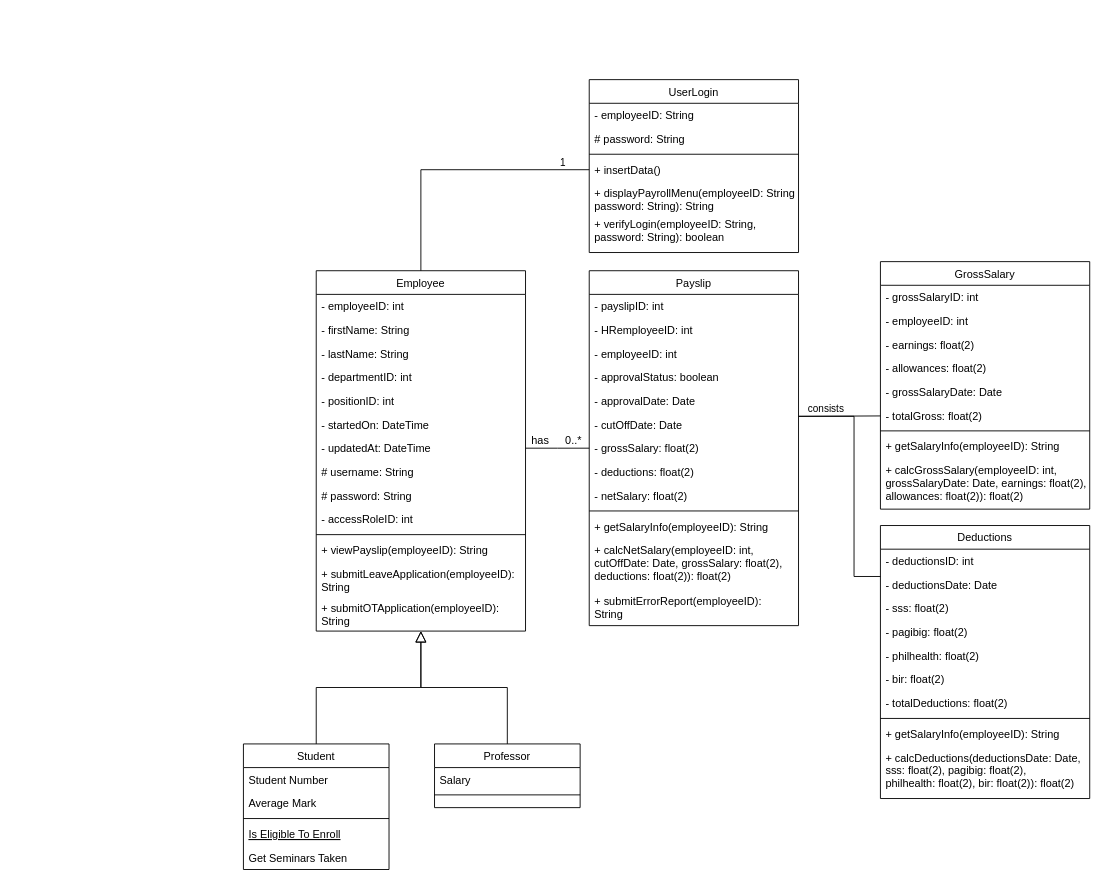
This is S2101 Team 3 OOP MotorPH Class Diagram.drawio from MichaelAngelLu/Computer-Programming, a draw.io file, before an edit. Source tidied: cells renumbered, new cells numbered last; positions are measured from the earlier drawing's top-left corner, leaving out a move shared by most shapes. Both pictures are drawn from the tidied source at 91%, with x=0, y=0 at pixel (243, 79).
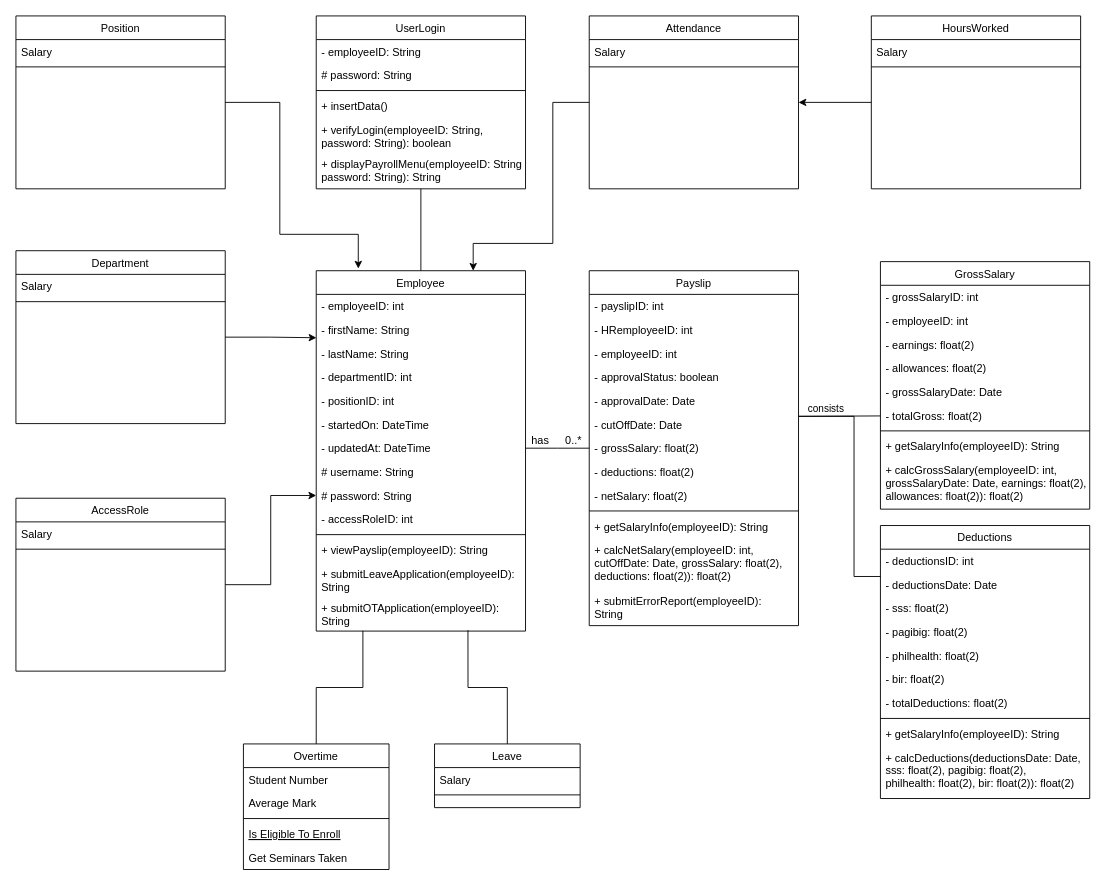
Above is the later version.

Unchanged cells that the change refers to:
```xml
<mxCell id="2" value="Employee" style="swimlane;fontStyle=0;align=center;verticalAlign=top;horizontal=1;startSize=26;rounded=0;shadow=0;strokeWidth=1;" parent="1" vertex="1">
  <mxGeometry x="80" y="210" width="230" height="396" as="geometry" />
</mxCell>
<mxCell id="5" value="- lastName: String" style="text;align=left;verticalAlign=top;spacingLeft=4;spacingRight=4;overflow=hidden;points=[[0,0.5],[1,0.5]];portConstraint=eastwest;rounded=0;shadow=0;html=0;" parent="2" vertex="1">
  <mxGeometry y="78" width="230" height="26" as="geometry" />
</mxCell>
<mxCell id="11" value="# password: String" style="text;align=left;verticalAlign=top;spacingLeft=4;spacingRight=4;overflow=hidden;points=[[0,0.5],[1,0.5]];portConstraint=eastwest;rounded=0;shadow=0;html=0;" parent="2" vertex="1">
  <mxGeometry y="234" width="230" height="26" as="geometry" />
</mxCell>
<mxCell id="16" value="+ submitOTApplication(employeeID): &#10;String" style="text;align=left;verticalAlign=top;spacingLeft=4;spacingRight=4;overflow=hidden;points=[[0,0.5],[1,0.5]];portConstraint=eastwest;" parent="2" vertex="1">
  <mxGeometry y="358" width="230" height="38" as="geometry" />
</mxCell>
<mxCell id="74" value="+ insertData()" style="text;align=left;verticalAlign=top;spacingLeft=4;spacingRight=4;overflow=hidden;points=[[0,0.5],[1,0.5]];portConstraint=eastwest;" parent="70" vertex="1">
  <mxGeometry y="86" width="230" height="26" as="geometry" />
</mxCell>
```

The edit, as a diff of the source:
```diff
@@
-    <mxCell id="17" value="Student" style="swimlane;fontStyle=0;align=center;verticalAlign=top;horizontal=1;startSize=26;rounded=0;shadow=0;strokeWidth=1;" parent="1" vertex="1">
+    <mxCell id="17" value="Overtime" style="swimlane;fontStyle=0;align=center;verticalAlign=top;horizontal=1;startSize=26;rounded=0;shadow=0;strokeWidth=1;" parent="1" vertex="1">
       <mxGeometry y="730" width="160" height="138" as="geometry" />
     </mxCell>
@@
-    <mxCell id="23" style="endArrow=block;endSize=10;endFill=0;shadow=0;strokeWidth=1;rounded=0;edgeStyle=elbowEdgeStyle;elbow=vertical;" parent="1" edge="1" source="17" target="2">
-      <mxGeometry relative="1" as="geometry" />
-    </mxCell>
-    <mxCell id="24" value="Professor" style="swimlane;fontStyle=0;align=center;verticalAlign=top;horizontal=1;startSize=26;rounded=0;shadow=0;strokeWidth=1;" parent="1" vertex="1">
+    <mxCell id="24" value="Leave" style="swimlane;fontStyle=0;align=center;verticalAlign=top;horizontal=1;startSize=26;rounded=0;shadow=0;strokeWidth=1;" parent="1" vertex="1">
       <mxGeometry x="210" y="730" width="160" height="70" as="geometry" />
     </mxCell>
@@
-    <mxCell id="27" style="endArrow=block;endSize=10;endFill=0;shadow=0;strokeWidth=1;rounded=0;edgeStyle=elbowEdgeStyle;elbow=vertical;" parent="1" edge="1" source="24" target="2">
-      <mxGeometry relative="1" as="geometry" />
-    </mxCell>
@@
+    <mxCell id="79" style="edgeStyle=orthogonalEdgeStyle;rounded=0;jettySize=auto;html=1;exitX=0.5;exitY=1;exitDx=0;exitDy=0;entryX=0.5;entryY=0;entryDx=0;entryDy=0;endArrow=none;endFill=0;" parent="1" edge="1" source="70" target="2">
+      <mxGeometry relative="1" as="geometry" />
+    </mxCell>
     <mxCell id="70" value="UserLogin" style="swimlane;fontStyle=0;align=center;verticalAlign=top;horizontal=1;startSize=26;rounded=0;shadow=0;strokeWidth=1;" parent="1" vertex="1">
-      <mxGeometry x="380" width="230" height="190" as="geometry" />
+      <mxGeometry x="80" y="-70" width="230" height="190" as="geometry" />
     </mxCell>
@@
+    <mxCell id="76" value="+ verifyLogin(employeeID: String, &#10;password: String): boolean" style="text;align=left;verticalAlign=top;spacingLeft=4;spacingRight=4;overflow=hidden;" parent="70" vertex="1">
+      <mxGeometry y="112" width="230" height="38" as="geometry" />
+    </mxCell>
     <mxCell id="75" value="+ displayPayrollMenu(employeeID: String,&#10;password: String): String" style="text;align=left;verticalAlign=top;spacingLeft=4;spacingRight=4;overflow=hidden;" parent="70" vertex="1">
-      <mxGeometry y="112" width="230" height="34" as="geometry" />
+      <mxGeometry y="150" width="230" height="34" as="geometry" />
     </mxCell>
-    <mxCell id="76" value="+ verifyLogin(employeeID: String, &#10;password: String): boolean" style="text;align=left;verticalAlign=top;spacingLeft=4;spacingRight=4;overflow=hidden;" parent="70" vertex="1">
-      <mxGeometry y="146" width="230" height="44" as="geometry" />
-    </mxCell>
-    <mxCell id="77" style="edgeStyle=orthogonalEdgeStyle;rounded=0;jettySize=auto;html=1;exitX=0;exitY=0.5;exitDx=0;exitDy=0;endArrow=none;endFill=0;" parent="1" edge="1" source="74" target="2">
-      <mxGeometry relative="1" as="geometry" />
-    </mxCell>
-    <mxCell id="78" value="1" style="edgeLabel;html=1;align=center;verticalAlign=middle;" parent="77" vertex="1">
-      <mxGeometry x="-0.8" y="1" relative="1" as="geometry">
-        <mxPoint y="-10" as="offset" />
-      </mxGeometry>
-    </mxCell>
+    <mxCell id="80" style="edgeStyle=orthogonalEdgeStyle;rounded=0;jettySize=auto;html=1;exitX=0;exitY=0.5;exitDx=0;exitDy=0;entryX=0.75;entryY=0;entryDx=0;entryDy=0;" parent="1" edge="1" source="81" target="2">
+      <mxGeometry relative="1" as="geometry">
+        <Array as="points">
+          <mxPoint x="340" y="25" />
+          <mxPoint x="340" y="180" />
+          <mxPoint x="253" y="180" />
+        </Array>
+      </mxGeometry>
+    </mxCell>
+    <mxCell id="81" value="Attendance" style="swimlane;fontStyle=0;align=center;verticalAlign=top;horizontal=1;startSize=26;rounded=0;shadow=0;strokeWidth=1;" parent="1" vertex="1">
+      <mxGeometry x="380" y="-70" width="230" height="190" as="geometry" />
+    </mxCell>
+    <mxCell id="82" value="Salary" style="text;align=left;verticalAlign=top;spacingLeft=4;spacingRight=4;overflow=hidden;" parent="81" vertex="1">
+      <mxGeometry y="26" width="230" height="26" as="geometry" />
+    </mxCell>
+    <mxCell id="83" style="line;html=1;strokeWidth=1;align=left;verticalAlign=middle;spacingTop=-1;spacingLeft=3;spacingRight=3;labelPosition=right;" parent="81" vertex="1">
+      <mxGeometry y="52" width="230" height="8" as="geometry" />
+    </mxCell>
+    <mxCell id="84" style="edgeStyle=orthogonalEdgeStyle;rounded=0;jettySize=auto;html=1;exitX=0;exitY=0.5;exitDx=0;exitDy=0;entryX=1;entryY=0.5;entryDx=0;entryDy=0;" parent="1" edge="1" source="85" target="81">
+      <mxGeometry relative="1" as="geometry" />
+    </mxCell>
+    <mxCell id="85" value="HoursWorked" style="swimlane;fontStyle=0;align=center;verticalAlign=top;horizontal=1;startSize=26;rounded=0;shadow=0;strokeWidth=1;" parent="1" vertex="1">
+      <mxGeometry x="690" y="-70" width="230" height="190" as="geometry" />
+    </mxCell>
+    <mxCell id="86" value="Salary" style="text;align=left;verticalAlign=top;spacingLeft=4;spacingRight=4;overflow=hidden;" parent="85" vertex="1">
+      <mxGeometry y="26" width="230" height="26" as="geometry" />
+    </mxCell>
+    <mxCell id="87" style="line;html=1;strokeWidth=1;align=left;verticalAlign=middle;spacingTop=-1;spacingLeft=3;spacingRight=3;labelPosition=right;" parent="85" vertex="1">
+      <mxGeometry y="52" width="230" height="8" as="geometry" />
+    </mxCell>
+    <mxCell id="88" style="edgeStyle=orthogonalEdgeStyle;rounded=0;jettySize=auto;html=1;exitX=0.5;exitY=0;exitDx=0;exitDy=0;entryX=0.223;entryY=0.992;entryDx=0;entryDy=0;entryPerimeter=0;endArrow=none;endFill=0;" parent="1" edge="1" source="17" target="16">
+      <mxGeometry relative="1" as="geometry" />
+    </mxCell>
+    <mxCell id="89" style="edgeStyle=orthogonalEdgeStyle;rounded=0;jettySize=auto;html=1;exitX=0.5;exitY=0;exitDx=0;exitDy=0;entryX=0.725;entryY=0.975;entryDx=0;entryDy=0;entryPerimeter=0;endArrow=none;endFill=0;" parent="1" edge="1" source="24" target="16">
+      <mxGeometry relative="1" as="geometry" />
+    </mxCell>
+    <mxCell id="90" value="Position" style="swimlane;fontStyle=0;align=center;verticalAlign=top;horizontal=1;startSize=26;rounded=0;shadow=0;strokeWidth=1;" parent="1" vertex="1">
+      <mxGeometry x="-250" y="-70" width="230" height="190" as="geometry" />
+    </mxCell>
+    <mxCell id="91" value="Salary" style="text;align=left;verticalAlign=top;spacingLeft=4;spacingRight=4;overflow=hidden;" parent="90" vertex="1">
+      <mxGeometry y="26" width="230" height="26" as="geometry" />
+    </mxCell>
+    <mxCell id="92" style="line;html=1;strokeWidth=1;align=left;verticalAlign=middle;spacingTop=-1;spacingLeft=3;spacingRight=3;labelPosition=right;" parent="90" vertex="1">
+      <mxGeometry y="52" width="230" height="8" as="geometry" />
+    </mxCell>
+    <mxCell id="93" value="Department" style="swimlane;fontStyle=0;align=center;verticalAlign=top;horizontal=1;startSize=26;rounded=0;shadow=0;strokeWidth=1;" parent="1" vertex="1">
+      <mxGeometry x="-250" y="188" width="230" height="190" as="geometry" />
+    </mxCell>
+    <mxCell id="94" value="Salary" style="text;align=left;verticalAlign=top;spacingLeft=4;spacingRight=4;overflow=hidden;" parent="93" vertex="1">
+      <mxGeometry y="26" width="230" height="26" as="geometry" />
+    </mxCell>
+    <mxCell id="95" style="line;html=1;strokeWidth=1;align=left;verticalAlign=middle;spacingTop=-1;spacingLeft=3;spacingRight=3;labelPosition=right;" parent="93" vertex="1">
+      <mxGeometry y="52" width="230" height="8" as="geometry" />
+    </mxCell>
+    <mxCell id="96" style="edgeStyle=orthogonalEdgeStyle;rounded=0;jettySize=auto;html=1;exitX=1;exitY=0.5;exitDx=0;exitDy=0;entryX=0;entryY=0.5;entryDx=0;entryDy=0;" parent="1" edge="1" source="97" target="11">
+      <mxGeometry relative="1" as="geometry" />
+    </mxCell>
+    <mxCell id="97" value="AccessRole" style="swimlane;fontStyle=0;align=center;verticalAlign=top;horizontal=1;startSize=26;rounded=0;shadow=0;strokeWidth=1;" parent="1" vertex="1">
+      <mxGeometry x="-250" y="460" width="230" height="190" as="geometry" />
+    </mxCell>
+    <mxCell id="98" value="Salary" style="text;align=left;verticalAlign=top;spacingLeft=4;spacingRight=4;overflow=hidden;" parent="97" vertex="1">
+      <mxGeometry y="26" width="230" height="26" as="geometry" />
+    </mxCell>
+    <mxCell id="99" style="line;html=1;strokeWidth=1;align=left;verticalAlign=middle;spacingTop=-1;spacingLeft=3;spacingRight=3;labelPosition=right;" parent="97" vertex="1">
+      <mxGeometry y="52" width="230" height="8" as="geometry" />
+    </mxCell>
+    <mxCell id="100" style="edgeStyle=orthogonalEdgeStyle;rounded=0;jettySize=auto;html=1;exitX=1;exitY=0.5;exitDx=0;exitDy=0;entryX=0.201;entryY=-0.006;entryDx=0;entryDy=0;entryPerimeter=0;" parent="1" edge="1" source="90" target="2">
+      <mxGeometry relative="1" as="geometry">
+        <Array as="points">
+          <mxPoint x="40" y="25" />
+          <mxPoint x="40" y="170" />
+          <mxPoint x="126" y="170" />
+        </Array>
+      </mxGeometry>
+    </mxCell>
+    <mxCell id="101" style="edgeStyle=orthogonalEdgeStyle;rounded=0;jettySize=auto;html=1;exitX=1;exitY=0.5;exitDx=0;exitDy=0;entryX=0.001;entryY=-0.167;entryDx=0;entryDy=0;entryPerimeter=0;" parent="1" edge="1" source="93" target="5">
+      <mxGeometry relative="1" as="geometry" />
+    </mxCell>
```
